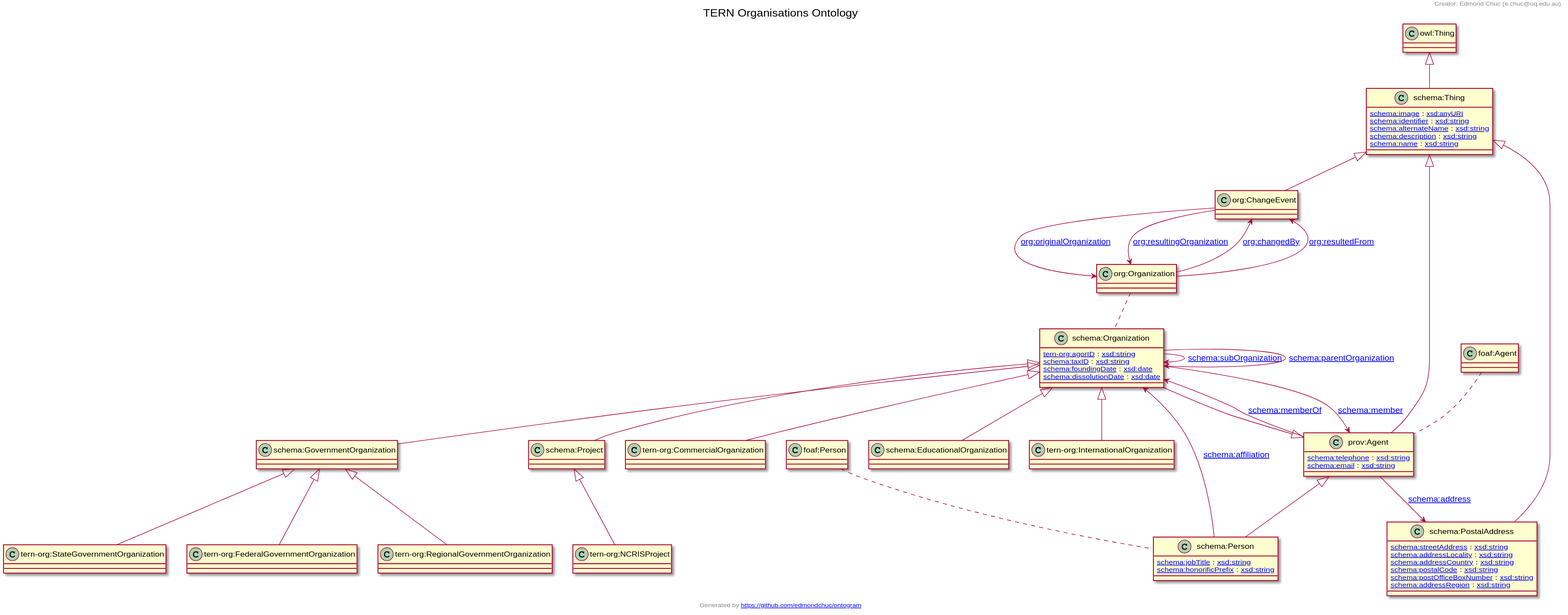
Above: docs/tern-org.ttl.txt.svg in ternaustralia/ontology_tern-org (PlantUML), before the change.
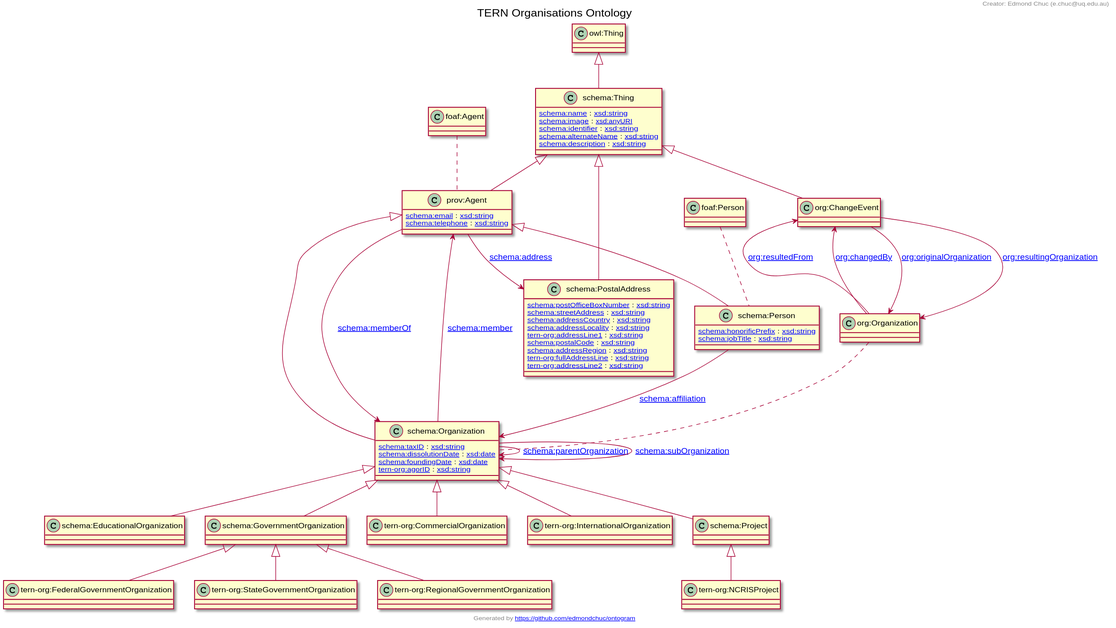
Above is the later version.

Commit message:
Added address line and full address line properties for a postal address

The edit, as a diff of the source:
```diff
@@ -1,82 +1,85 @@
 @startuml
 title TERN Organisations Ontology
+"schema:Thing" <|-- "prov:Agent"
+"owl:Thing" <|-- "schema:Thing"
+"schema:Organization" <|-- "schema:EducationalOrganization"
+"schema:GovernmentOrganization" <|-- "tern-org:StateGovernmentOrganization"
+"schema:Organization" <|-- "tern-org:CommercialOrganization"
+"schema:Organization" <|-- "schema:GovernmentOrganization"
+"schema:Organization" <|-- "tern-org:InternationalOrganization"
+"prov:Agent" <|-- "schema:Organization"
+"schema:Thing" <|-- "schema:PostalAddress"
+"schema:Organization" <|-- "schema:Project"
+"schema:GovernmentOrganization" <|-- "tern-org:RegionalGovernmentOrganization"
 "schema:Thing" <|-- "org:ChangeEvent"
-"schema:Organization" <|-- "schema:GovernmentOrganization"
-"schema:Thing" <|-- "schema:PostalAddress"
-"schema:GovernmentOrganization" <|-- "tern-org:RegionalGovernmentOrganization"
-"schema:GovernmentOrganization" <|-- "tern-org:StateGovernmentOrganization"
-"schema:Thing" <|-- "prov:Agent"
-"schema:Organization" <|-- "tern-org:CommercialOrganization"
 "schema:Project" <|-- "tern-org:NCRISProject"
-"schema:Organization" <|-- "schema:EducationalOrganization"
+"schema:GovernmentOrganization" <|-- "tern-org:FederalGovernmentOrganization"
 "prov:Agent" <|-- "schema:Person"
-"prov:Agent" <|-- "schema:Organization"
-"schema:GovernmentOrganization" <|-- "tern-org:FederalGovernmentOrganization"
-"owl:Thing" <|-- "schema:Thing"
-"schema:Organization" <|-- "tern-org:InternationalOrganization"
-"schema:Organization" <|-- "schema:Project"
-Class "org:ChangeEvent" [[http://www.w3.org/ns/org#ChangeEvent]] {
-}
-Class "schema:GovernmentOrganization" [[http://schema.org/GovernmentOrganization]] {
-}
-Class "schema:PostalAddress" [[http://schema.org/PostalAddress]] {
-[[http://schema.org/streetAddress schema:streetAddress]] : [[http://www.w3.org/2001/XMLSchema#string xsd:string]]
-[[http://schema.org/addressLocality schema:addressLocality]] : [[http://www.w3.org/2001/XMLSchema#string xsd:string]]
-[[http://schema.org/addressCountry schema:addressCountry]] : [[http://www.w3.org/2001/XMLSchema#string xsd:string]]
-[[http://schema.org/postalCode schema:postalCode]] : [[http://www.w3.org/2001/XMLSchema#string xsd:string]]
-[[http://schema.org/postOfficeBoxNumber schema:postOfficeBoxNumber]] : [[http://www.w3.org/2001/XMLSchema#string xsd:string]]
-[[http://schema.org/addressRegion schema:addressRegion]] : [[http://www.w3.org/2001/XMLSchema#string xsd:string]]
-}
-Class "tern-org:RegionalGovernmentOrganization" [[https://w3id.org/tern/ontologies/org/RegionalGovernmentOrganization]] {
-}
-Class "tern-org:StateGovernmentOrganization" [[https://w3id.org/tern/ontologies/org/StateGovernmentOrganization]] {
-}
 Class "prov:Agent" [[http://www.w3.org/ns/prov#Agent]] {
+[[http://schema.org/email schema:email]] : [[http://www.w3.org/2001/XMLSchema#string xsd:string]]
 [[http://schema.org/telephone schema:telephone]] : [[http://www.w3.org/2001/XMLSchema#string xsd:string]]
-[[http://schema.org/email schema:email]] : [[http://www.w3.org/2001/XMLSchema#string xsd:string]]
-}
-Class "tern-org:CommercialOrganization" [[https://w3id.org/tern/ontologies/org/CommercialOrganization]] {
-}
-Class "tern-org:NCRISProject" [[https://w3id.org/tern/ontologies/org/NCRISProject]] {
-}
-Class "schema:EducationalOrganization" [[http://schema.org/EducationalOrganization]] {
-}
-Class "schema:Person" [[http://schema.org/Person]] {
-[[http://schema.org/jobTitle schema:jobTitle]] : [[http://www.w3.org/2001/XMLSchema#string xsd:string]]
-[[http://schema.org/honorificPrefix schema:honorificPrefix]] : [[http://www.w3.org/2001/XMLSchema#string xsd:string]]
-}
-Class "schema:Organization" [[http://schema.org/Organization]] {
-[[https://w3id.org/tern/ontologies/org/agorID tern-org:agorID]] : [[http://www.w3.org/2001/XMLSchema#string xsd:string]]
-[[http://schema.org/taxID schema:taxID]] : [[http://www.w3.org/2001/XMLSchema#string xsd:string]]
-[[http://schema.org/foundingDate schema:foundingDate]] : [[http://www.w3.org/2001/XMLSchema#date xsd:date]]
-[[http://schema.org/dissolutionDate schema:dissolutionDate]] : [[http://www.w3.org/2001/XMLSchema#date xsd:date]]
-}
-Class "tern-org:FederalGovernmentOrganization" [[https://w3id.org/tern/ontologies/org/FederalGovernmentOrganization]] {
 }
 Class "schema:Thing" [[http://schema.org/Thing]] {
+[[http://schema.org/name schema:name]] : [[http://www.w3.org/2001/XMLSchema#string xsd:string]]
 [[http://schema.org/image schema:image]] : [[http://www.w3.org/2001/XMLSchema#anyURI xsd:anyURI]]
 [[http://schema.org/identifier schema:identifier]] : [[http://www.w3.org/2001/XMLSchema#string xsd:string]]
 [[http://schema.org/alternateName schema:alternateName]] : [[http://www.w3.org/2001/XMLSchema#string xsd:string]]
 [[http://schema.org/description schema:description]] : [[http://www.w3.org/2001/XMLSchema#string xsd:string]]
-[[http://schema.org/name schema:name]] : [[http://www.w3.org/2001/XMLSchema#string xsd:string]]
+}
+Class "schema:EducationalOrganization" [[http://schema.org/EducationalOrganization]] {
+}
+Class "tern-org:StateGovernmentOrganization" [[https://w3id.org/tern/ontologies/org/StateGovernmentOrganization]] {
+}
+Class "tern-org:CommercialOrganization" [[https://w3id.org/tern/ontologies/org/CommercialOrganization]] {
+}
+Class "schema:GovernmentOrganization" [[http://schema.org/GovernmentOrganization]] {
 }
 Class "tern-org:InternationalOrganization" [[https://w3id.org/tern/ontologies/org/InternationalOrganization]] {
 }
+Class "schema:Organization" [[http://schema.org/Organization]] {
+[[http://schema.org/taxID schema:taxID]] : [[http://www.w3.org/2001/XMLSchema#string xsd:string]]
+[[http://schema.org/dissolutionDate schema:dissolutionDate]] : [[http://www.w3.org/2001/XMLSchema#date xsd:date]]
+[[http://schema.org/foundingDate schema:foundingDate]] : [[http://www.w3.org/2001/XMLSchema#date xsd:date]]
+[[https://w3id.org/tern/ontologies/org/agorID tern-org:agorID]] : [[http://www.w3.org/2001/XMLSchema#string xsd:string]]
+}
+Class "schema:PostalAddress" [[http://schema.org/PostalAddress]] {
+[[http://schema.org/postOfficeBoxNumber schema:postOfficeBoxNumber]] : [[http://www.w3.org/2001/XMLSchema#string xsd:string]]
+[[http://schema.org/streetAddress schema:streetAddress]] : [[http://www.w3.org/2001/XMLSchema#string xsd:string]]
+[[http://schema.org/addressCountry schema:addressCountry]] : [[http://www.w3.org/2001/XMLSchema#string xsd:string]]
+[[http://schema.org/addressLocality schema:addressLocality]] : [[http://www.w3.org/2001/XMLSchema#string xsd:string]]
+[[https://w3id.org/tern/ontologies/org/addressLine1 tern-org:addressLine1]] : [[http://www.w3.org/2001/XMLSchema#string xsd:string]]
+[[http://schema.org/postalCode schema:postalCode]] : [[http://www.w3.org/2001/XMLSchema#string xsd:string]]
+[[http://schema.org/addressRegion schema:addressRegion]] : [[http://www.w3.org/2001/XMLSchema#string xsd:string]]
+[[https://w3id.org/tern/ontologies/org/fullAddressLine tern-org:fullAddressLine]] : [[http://www.w3.org/2001/XMLSchema#string xsd:string]]
+[[https://w3id.org/tern/ontologies/org/addressLine2 tern-org:addressLine2]] : [[http://www.w3.org/2001/XMLSchema#string xsd:string]]
+}
 Class "schema:Project" [[http://schema.org/Project]] {
 }
+Class "tern-org:RegionalGovernmentOrganization" [[https://w3id.org/tern/ontologies/org/RegionalGovernmentOrganization]] {
+}
+Class "org:ChangeEvent" [[http://www.w3.org/ns/org#ChangeEvent]] {
+}
+Class "tern-org:NCRISProject" [[https://w3id.org/tern/ontologies/org/NCRISProject]] {
+}
+Class "tern-org:FederalGovernmentOrganization" [[https://w3id.org/tern/ontologies/org/FederalGovernmentOrganization]] {
+}
+Class "schema:Person" [[http://schema.org/Person]] {
+[[http://schema.org/honorificPrefix schema:honorificPrefix]] : [[http://www.w3.org/2001/XMLSchema#string xsd:string]]
+[[http://schema.org/jobTitle schema:jobTitle]] : [[http://www.w3.org/2001/XMLSchema#string xsd:string]]
+}
+"schema:Organization" --> "schema:Organization" : "[[http://schema.org/parentOrganization schema:parentOrganization]]"
+"prov:Agent" --> "schema:Organization" : "[[http://schema.org/memberOf schema:memberOf]]"
 "org:ChangeEvent" --> "org:Organization" : "[[http://www.w3.org/ns/org#originalOrganization org:originalOrganization]]"
+"org:Organization" --> "org:ChangeEvent" : "[[http://www.w3.org/ns/org#resultedFrom org:resultedFrom]]"
+"schema:Organization" --> "prov:Agent" : "[[http://schema.org/member schema:member]]"
+"schema:Person" --> "schema:Organization" : "[[http://schema.org/affiliation schema:affiliation]]"
+"org:Organization" --> "org:ChangeEvent" : "[[http://www.w3.org/ns/org#changedBy org:changedBy]]"
+"prov:Agent" --> "schema:PostalAddress" : "[[http://schema.org/address schema:address]]"
 "schema:Organization" --> "schema:Organization" : "[[http://schema.org/subOrganization schema:subOrganization]]"
-"prov:Agent" --> "schema:PostalAddress" : "[[http://schema.org/address schema:address]]"
-"schema:Organization" --> "prov:Agent" : "[[http://schema.org/member schema:member]]"
-"org:Organization" --> "org:ChangeEvent" : "[[http://www.w3.org/ns/org#changedBy org:changedBy]]"
-"org:Organization" --> "org:ChangeEvent" : "[[http://www.w3.org/ns/org#resultedFrom org:resultedFrom]]"
-"schema:Organization" --> "schema:Organization" : "[[http://schema.org/parentOrganization schema:parentOrganization]]"
-"schema:Person" --> "schema:Organization" : "[[http://schema.org/affiliation schema:affiliation]]"
 "org:ChangeEvent" --> "org:Organization" : "[[http://www.w3.org/ns/org#resultingOrganization org:resultingOrganization]]"
-"prov:Agent" --> "schema:Organization" : "[[http://schema.org/memberOf schema:memberOf]]"
 "foaf:Agent" .. "prov:Agent"
+"org:Organization" .. "schema:Organization"
 "foaf:Person" .. "schema:Person"
-"org:Organization" .. "schema:Organization"
 header
 Creator: Edmond Chuc (e.chuc@uq.edu.au)
 endheader
```
